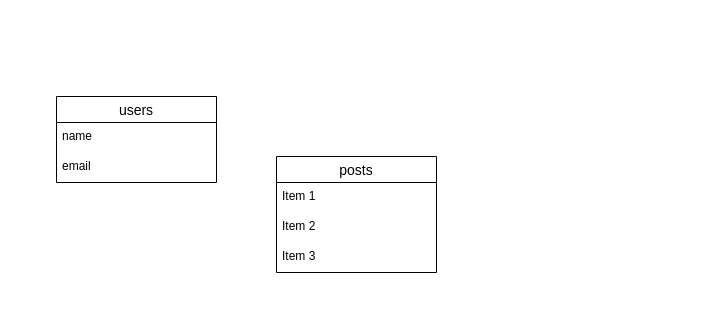
The draw.io diagram ER.dio in absurpone/moa-log, before the edit. Source tidied: cells renumbered, new cells numbered last; positions are measured from the earlier drawing's top-left corner, leaving out a move shared by most shapes. Both pictures are drawn from the tidied source at 100%, with x=0, y=0 at pixel (56, 96).
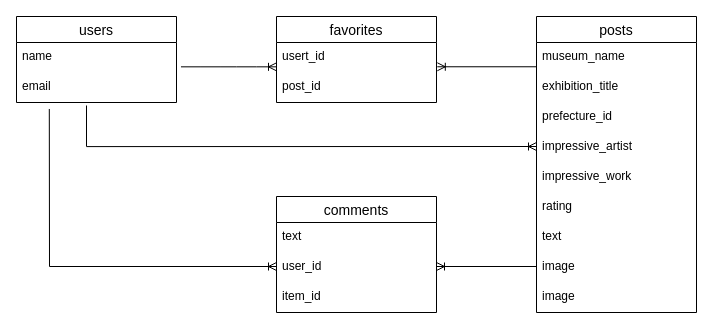
After the change.

Commit message (it also covers changes not shown here):
テーブル設計

Unchanged cells that the change refers to:
```xml
<mxCell id="3" value="name" style="text;strokeColor=none;fillColor=none;spacingLeft=4;spacingRight=4;overflow=hidden;points=[[0,0.5],[1,0.5]];portConstraint=eastwest;fontSize=12;" parent="2" vertex="1">
  <mxGeometry y="26" width="160" height="30" as="geometry" />
</mxCell>
<mxCell id="4" value="email" style="text;strokeColor=none;fillColor=none;spacingLeft=4;spacingRight=4;overflow=hidden;points=[[0,0.5],[1,0.5]];portConstraint=eastwest;fontSize=12;" parent="2" vertex="1">
  <mxGeometry y="56" width="160" height="30" as="geometry" />
</mxCell>
```

The edit, as a diff of the source:
```diff
@@
     <mxCell id="2" value="users" style="swimlane;fontStyle=0;horizontal=1;startSize=26;align=center;fontSize=14;" parent="1" vertex="1">
-      <mxGeometry width="160" height="86" as="geometry" />
+      <mxGeometry x="-40" y="-80" width="160" height="86" as="geometry" />
     </mxCell>
@@
     <mxCell id="5" value="posts" style="swimlane;fontStyle=0;horizontal=1;startSize=26;align=center;fontSize=14;" parent="1" vertex="1">
-      <mxGeometry x="220" y="60" width="160" height="116" as="geometry" />
+      <mxGeometry x="480" y="-80" width="160" height="296" as="geometry" />
     </mxCell>
-    <mxCell id="6" value="Item 1" style="text;strokeColor=none;fillColor=none;spacingLeft=4;spacingRight=4;overflow=hidden;points=[[0,0.5],[1,0.5]];portConstraint=eastwest;fontSize=12;" parent="5" vertex="1">
+    <mxCell id="6" value="museum_name" style="text;strokeColor=none;fillColor=none;spacingLeft=4;spacingRight=4;overflow=hidden;points=[[0,0.5],[1,0.5]];portConstraint=eastwest;fontSize=12;" parent="5" vertex="1">
       <mxGeometry y="26" width="160" height="30" as="geometry" />
     </mxCell>
-    <mxCell id="7" value="Item 2" style="text;strokeColor=none;fillColor=none;spacingLeft=4;spacingRight=4;overflow=hidden;fontSize=12;" parent="5" vertex="1">
+    <mxCell id="7" value="exhibition_title" style="text;strokeColor=none;fillColor=none;spacingLeft=4;spacingRight=4;overflow=hidden;fontSize=12;" parent="5" vertex="1">
       <mxGeometry y="56" width="160" height="30" as="geometry" />
     </mxCell>
+    <mxCell id="9" value="prefecture_id" style="text;strokeColor=none;fillColor=none;spacingLeft=4;spacingRight=4;overflow=hidden;fontSize=12;" parent="5" vertex="1">
+      <mxGeometry y="86" width="160" height="30" as="geometry" />
+    </mxCell>
-    <mxCell id="8" value="Item 3" style="text;strokeColor=none;fillColor=none;spacingLeft=4;spacingRight=4;overflow=hidden;fontSize=12;" parent="5" vertex="1">
-      <mxGeometry y="86" width="160" height="30" as="geometry" />
+    <mxCell id="8" value="impressive_artist" style="text;strokeColor=none;fillColor=none;spacingLeft=4;spacingRight=4;overflow=hidden;fontSize=12;" parent="5" vertex="1">
+      <mxGeometry y="116" width="160" height="30" as="geometry" />
     </mxCell>
+    <mxCell id="10" value="impressive_work" style="text;strokeColor=none;fillColor=none;spacingLeft=4;spacingRight=4;overflow=hidden;fontSize=12;" parent="5" vertex="1">
+      <mxGeometry y="146" width="160" height="30" as="geometry" />
+    </mxCell>
+    <mxCell id="11" value="rating" style="text;strokeColor=none;fillColor=none;spacingLeft=4;spacingRight=4;overflow=hidden;fontSize=12;" parent="5" vertex="1">
+      <mxGeometry y="176" width="160" height="30" as="geometry" />
+    </mxCell>
+    <mxCell id="12" value="text" style="text;strokeColor=none;fillColor=none;spacingLeft=4;spacingRight=4;overflow=hidden;fontSize=12;" parent="5" vertex="1">
+      <mxGeometry y="206" width="160" height="30" as="geometry" />
+    </mxCell>
+    <mxCell id="13" value="image" style="text;strokeColor=none;fillColor=none;spacingLeft=4;spacingRight=4;overflow=hidden;fontSize=12;" parent="5" vertex="1">
+      <mxGeometry y="236" width="160" height="30" as="geometry" />
+    </mxCell>
+    <mxCell id="14" value="image" style="text;strokeColor=none;fillColor=none;spacingLeft=4;spacingRight=4;overflow=hidden;fontSize=12;" parent="5" vertex="1">
+      <mxGeometry y="266" width="160" height="30" as="geometry" />
+    </mxCell>
+    <mxCell id="15" value="favorites" style="swimlane;fontStyle=0;horizontal=1;startSize=26;align=center;fontSize=14;" parent="1" vertex="1">
+      <mxGeometry x="220" y="-80" width="160" height="86" as="geometry" />
+    </mxCell>
+    <mxCell id="16" value="usert_id" style="text;strokeColor=none;fillColor=none;spacingLeft=4;spacingRight=4;overflow=hidden;points=[[0,0.5],[1,0.5]];portConstraint=eastwest;fontSize=12;" parent="15" vertex="1">
+      <mxGeometry y="26" width="160" height="30" as="geometry" />
+    </mxCell>
+    <mxCell id="17" value="post_id" style="text;strokeColor=none;fillColor=none;spacingLeft=4;spacingRight=4;overflow=hidden;points=[[0,0.5],[1,0.5]];portConstraint=eastwest;fontSize=12;" parent="15" vertex="1">
+      <mxGeometry y="56" width="160" height="30" as="geometry" />
+    </mxCell>
+    <mxCell id="18" value="comments" style="swimlane;fontStyle=0;horizontal=1;startSize=26;align=center;fontSize=14;" parent="1" vertex="1">
+      <mxGeometry x="220" y="100" width="160" height="116" as="geometry" />
+    </mxCell>
+    <mxCell id="19" value="text" style="text;strokeColor=none;fillColor=none;spacingLeft=4;spacingRight=4;overflow=hidden;fontSize=12;" parent="18" vertex="1">
+      <mxGeometry y="26" width="160" height="30" as="geometry" />
+    </mxCell>
+    <mxCell id="20" value="user_id" style="text;strokeColor=none;fillColor=none;spacingLeft=4;spacingRight=4;overflow=hidden;fontSize=12;" parent="18" vertex="1">
+      <mxGeometry y="56" width="160" height="30" as="geometry" />
+    </mxCell>
+    <mxCell id="21" value="item_id" style="text;strokeColor=none;fillColor=none;spacingLeft=4;spacingRight=4;overflow=hidden;fontSize=12;" parent="18" vertex="1">
+      <mxGeometry y="86" width="160" height="30" as="geometry" />
+    </mxCell>
+    <mxCell id="22" style="edgeStyle=entityRelationEdgeStyle;fontSize=12;html=1;endArrow=ERoneToMany;exitX=1.028;exitY=0.811;exitDx=0;exitDy=0;exitPerimeter=0;entryX=0;entryY=-0.189;entryDx=0;entryDy=0;entryPerimeter=0;" parent="1" edge="1" source="3" target="17">
+      <mxGeometry relative="1" as="geometry" />
+    </mxCell>
+    <mxCell id="23" style="endArrow=none;html=1;rounded=0;exitX=1.005;exitY=0.809;exitDx=0;exitDy=0;exitPerimeter=0;entryX=-0.002;entryY=0.809;entryDx=0;entryDy=0;entryPerimeter=0;startArrow=ERoneToMany;startFill=0;" parent="1" edge="1" source="16" target="6">
+      <mxGeometry relative="1" as="geometry" />
+    </mxCell>
+    <mxCell id="24" style="endArrow=ERoneToMany;html=1;rounded=0;startArrow=none;startFill=0;endFill=0;" parent="1" edge="1">
+      <mxGeometry relative="1" as="geometry">
+        <mxPoint x="30" y="50.1" as="sourcePoint" />
+        <mxPoint x="480" y="50" as="targetPoint" />
+      </mxGeometry>
+    </mxCell>
+    <mxCell id="25" style="endArrow=none;html=1;rounded=0;" parent="1" edge="1">
+      <mxGeometry relative="1" as="geometry">
+        <mxPoint x="30" y="9" as="sourcePoint" />
+        <mxPoint x="30" y="50" as="targetPoint" />
+      </mxGeometry>
+    </mxCell>
+    <mxCell id="26" style="endArrow=ERoneToMany;html=1;rounded=0;exitX=0.205;exitY=1.216;exitDx=0;exitDy=0;exitPerimeter=0;endFill=0;" parent="1" edge="1" source="4">
+      <mxGeometry relative="1" as="geometry">
+        <mxPoint x="220" y="170" as="targetPoint" />
+        <Array as="points">
+          <mxPoint x="-7" y="170" />
+        </Array>
+      </mxGeometry>
+    </mxCell>
+    <mxCell id="27" style="endArrow=none;html=1;rounded=0;startArrow=ERoneToMany;startFill=0;" parent="1" edge="1">
+      <mxGeometry relative="1" as="geometry">
+        <mxPoint x="380" y="170" as="sourcePoint" />
+        <mxPoint x="480" y="170" as="targetPoint" />
+      </mxGeometry>
+    </mxCell>
```
